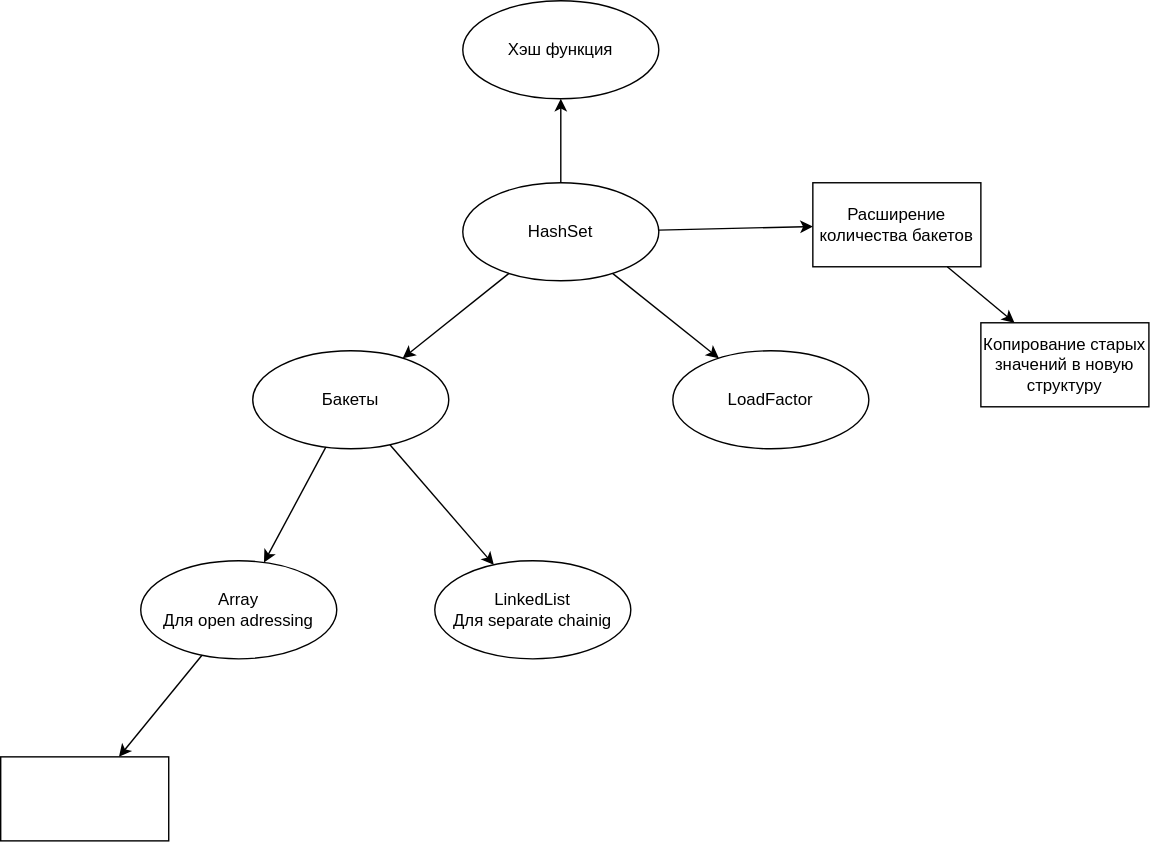
kosukhin/catalog keeps this draw.io diagram as База/Структуры данных/2. Быстро находить данные и проверять условия/2.3. Проверять принадлежность и уникальность/Множество (Set)/HashSet/schemes/Знакомство.drawio.svg. Above is the earlier version. Source tidied: cells renumbered, new cells last; positions are measured from the earlier drawing's top-left corner, leaving out a move shared by most shapes.
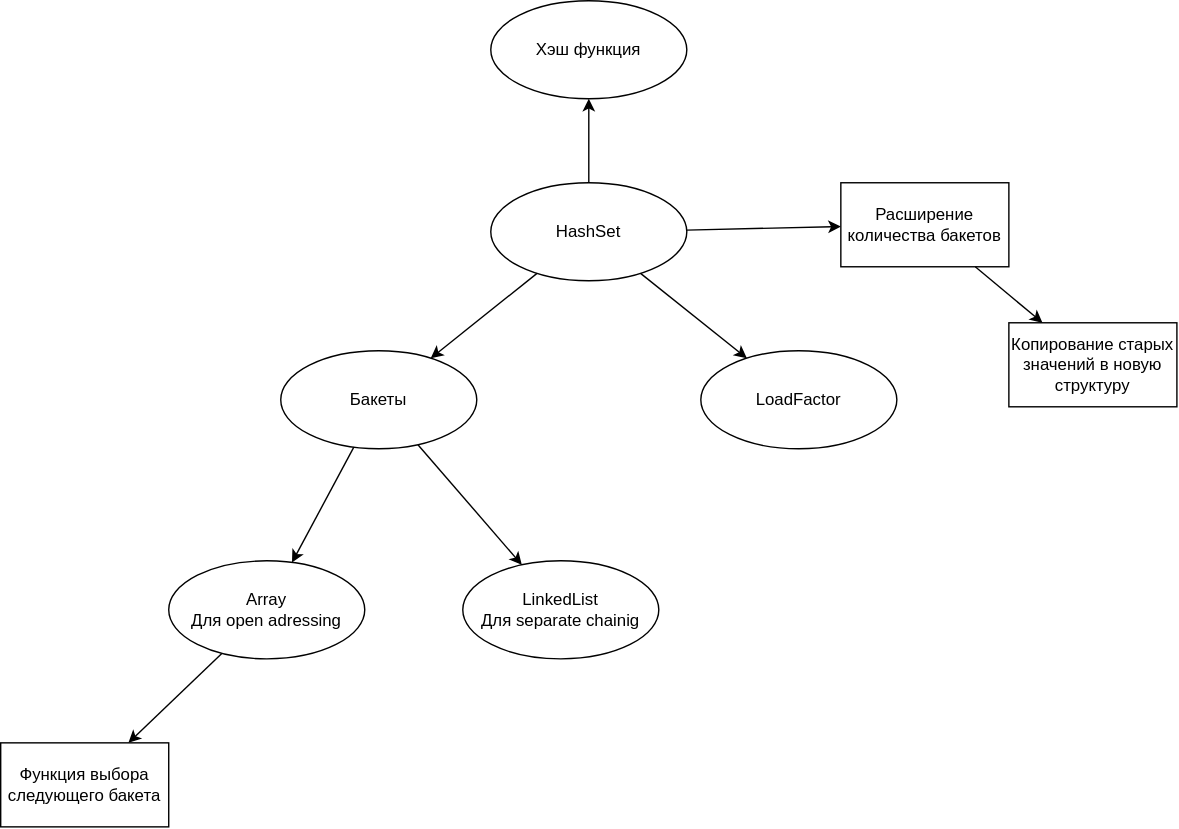
Above is the later version.

What changed in the source:
```diff
@@ -50,8 +50,8 @@
     <mxCell id="17" style="edgeStyle=none;html=1;" parent="1" edge="1" source="8" target="18">
       <mxGeometry relative="1" as="geometry" />
     </mxCell>
-    <mxCell id="18" style="whiteSpace=wrap;html=1;" parent="1" vertex="1">
-      <mxGeometry y="540" width="120" height="60" as="geometry" />
+    <mxCell id="18" value="Функция выбора следующего бакета" style="whiteSpace=wrap;html=1;" parent="1" vertex="1">
+      <mxGeometry x="-20" y="530" width="120" height="60" as="geometry" />
     </mxCell>
   </root>
 </mxGraphModel>
```
